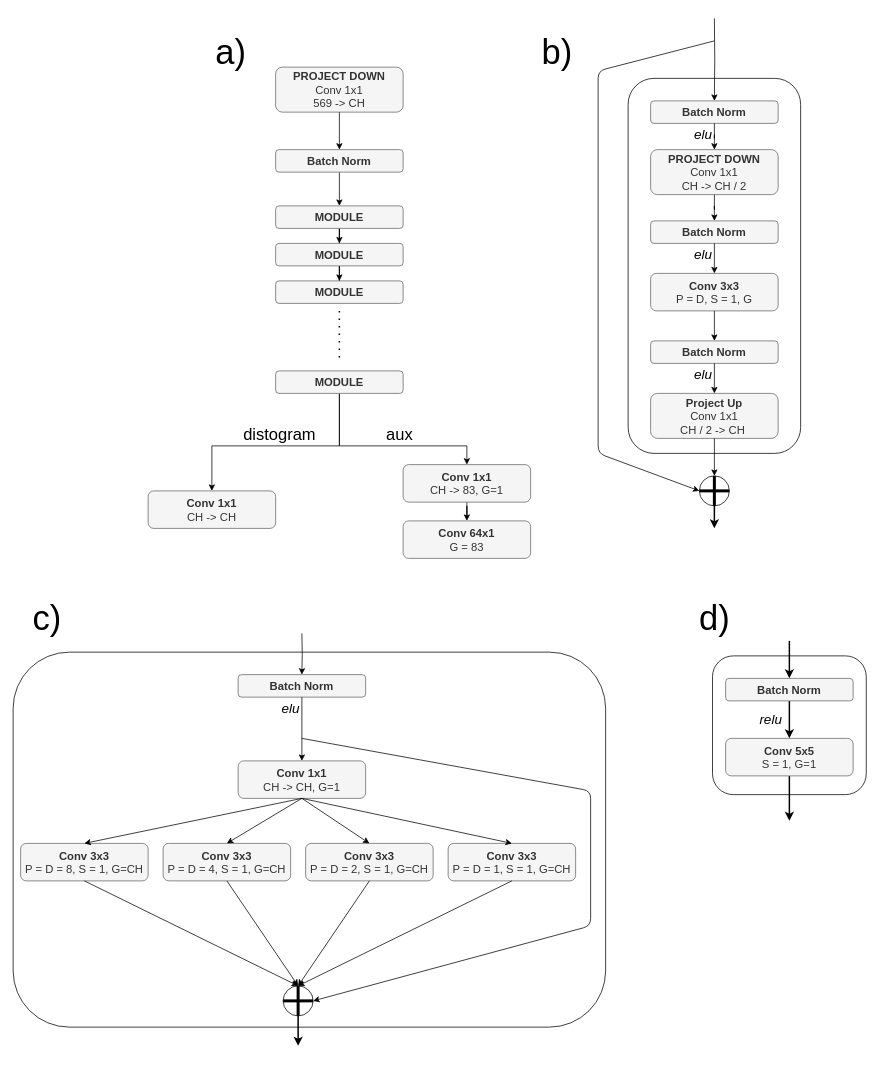
Above: imgs_tomas/Architectures.drawio in andynet/Thesis (draw.io), before the change. Source tidied: cells renumbered, new cells numbered last; positions are measured from the earlier drawing's top-left corner, leaving out a move shared by most shapes. Both pictures are drawn from the tidied source at 75%, with x=0, y=0 at pixel (13, 18).
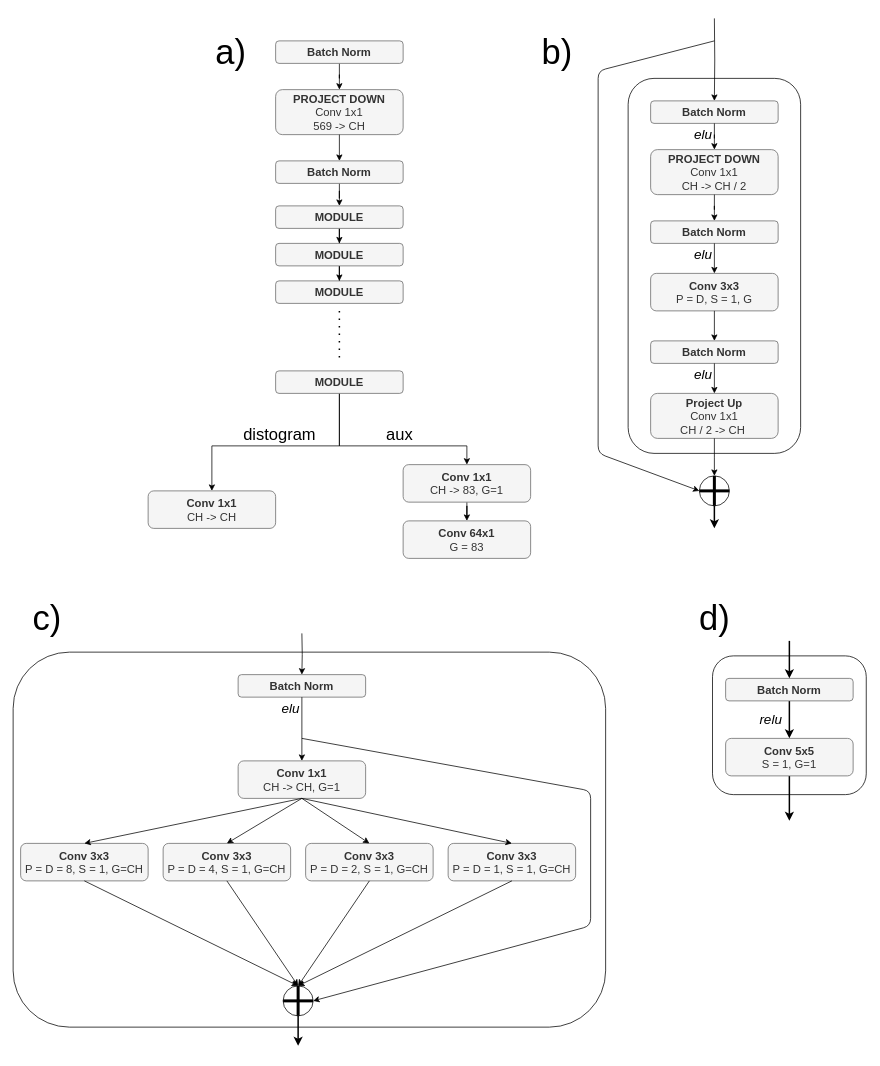
Above is the later version.

Diff of the diagram source:
```diff
@@
     <mxCell id="40" value="&lt;b&gt;PROJECT DOWN&lt;/b&gt;&lt;br&gt;Conv 1x1&lt;br&gt;569 -&amp;gt; CH" style="rounded=1;whiteSpace=wrap;html=1;fontSize=15;fillColor=#f5f5f5;strokeColor=#666666;fontColor=#333333;rotation=0;" parent="1" vertex="1">
-      <mxGeometry x="350" y="65" width="170" height="60" as="geometry" />
+      <mxGeometry x="350" y="95" width="170" height="60" as="geometry" />
     </mxCell>
@@
     <mxCell id="42" value="&lt;b&gt;Batch Norm&lt;/b&gt;" style="rounded=1;whiteSpace=wrap;html=1;fontSize=15;fillColor=#f5f5f5;strokeColor=#666666;fontColor=#333333;rotation=0;direction=east;" parent="1" vertex="1">
-      <mxGeometry x="350" y="175" width="170" height="30" as="geometry" />
+      <mxGeometry x="350" y="190" width="170" height="30" as="geometry" />
     </mxCell>
@@
+    <mxCell id="77" style="edgeStyle=orthogonalEdgeStyle;rounded=0;jettySize=auto;html=1;" parent="1" edge="1" source="78" target="40">
+      <mxGeometry relative="1" as="geometry" />
+    </mxCell>
+    <mxCell id="78" value="&lt;b&gt;Batch Norm&lt;/b&gt;" style="rounded=1;whiteSpace=wrap;html=1;fontSize=15;fillColor=#f5f5f5;strokeColor=#666666;fontColor=#333333;rotation=0;direction=east;" parent="1" vertex="1">
+      <mxGeometry x="350" y="30" width="170" height="30" as="geometry" />
+    </mxCell>
```
